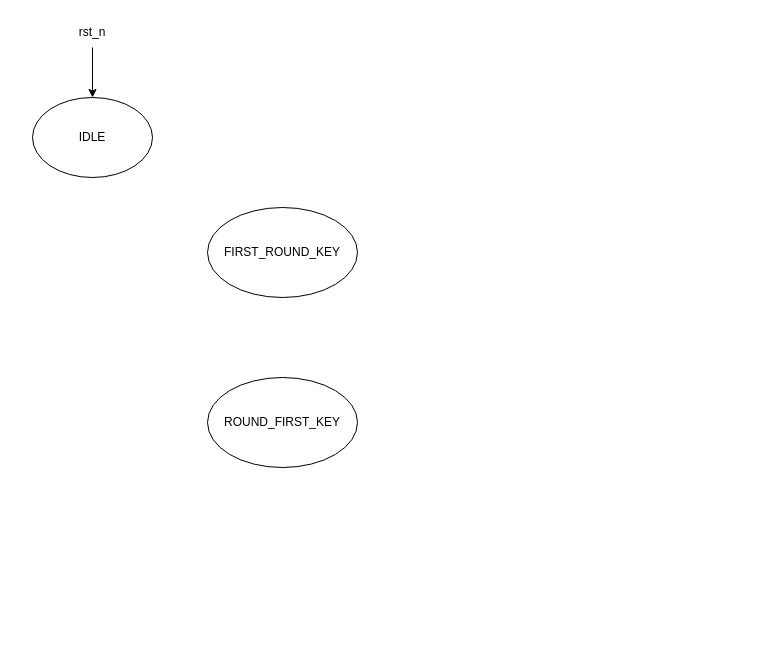
Earlier version of the draw.io diagram diagram/drawio/AESKeyExpansionCU-FSM.drawio (LQLManZz/AES128-Verilog). Source tidied: cells renumbered, new cells numbered last; positions are measured from the earlier drawing's top-left corner, leaving out a move shared by most shapes. Both pictures are drawn from the tidied source at 100%, with x=0, y=0 at pixel (32, 17).
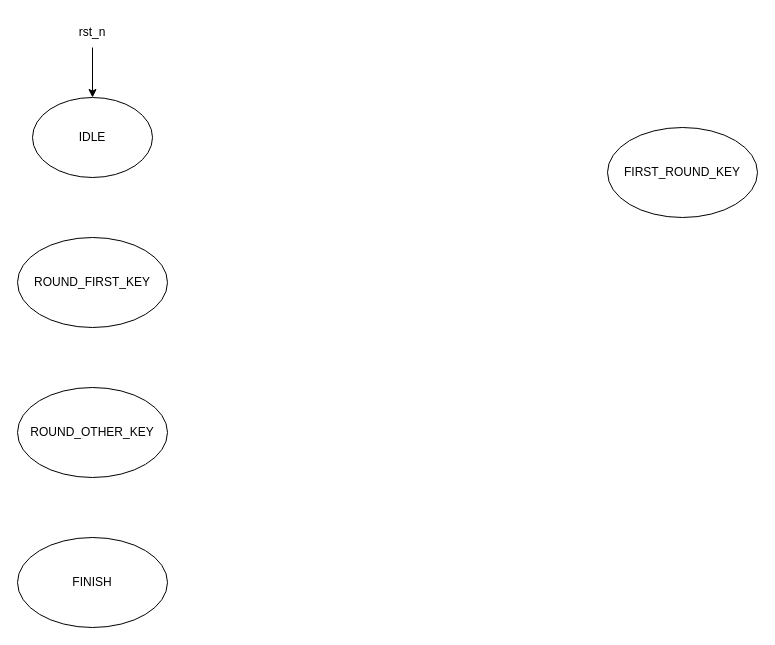
The same diagram, later.

Diff of the diagram source:
```diff
@@
 <mxGraphModel>
   <root>
     <mxCell id="0" />
     <mxCell id="1" parent="0" />
     <mxCell id="2" value="IDLE" style="ellipse;whiteSpace=wrap;html=1;" parent="1" vertex="1">
       <mxGeometry y="80" width="120" height="80" as="geometry" />
     </mxCell>
     <mxCell id="3" style="edgeStyle=orthogonalEdgeStyle;rounded=0;jettySize=auto;html=1;exitX=0.5;exitY=1;exitDx=0;exitDy=0;entryX=0.5;entryY=0;entryDx=0;entryDy=0;" parent="1" edge="1" source="4" target="2">
       <mxGeometry relative="1" as="geometry" />
     </mxCell>
     <mxCell id="4" value="rst_n" style="text;html=1;whiteSpace=wrap;strokeColor=none;fillColor=none;align=center;verticalAlign=middle;rounded=0;" parent="1" vertex="1">
       <mxGeometry x="30" width="60" height="30" as="geometry" />
     </mxCell>
     <mxCell id="5" value="FIRST_ROUND_KEY" style="ellipse;whiteSpace=wrap;html=1;" parent="1" vertex="1">
-      <mxGeometry x="175" y="190" width="150" height="90" as="geometry" />
+      <mxGeometry x="575" y="110" width="150" height="90" as="geometry" />
     </mxCell>
     <mxCell id="6" value="ROUND_FIRST_KEY" style="ellipse;whiteSpace=wrap;html=1;" parent="1" vertex="1">
-      <mxGeometry x="175" y="360" width="150" height="90" as="geometry" />
+      <mxGeometry x="-15" y="220" width="150" height="90" as="geometry" />
     </mxCell>
+    <mxCell id="7" value="FINISH" style="ellipse;whiteSpace=wrap;html=1;" parent="1" vertex="1">
+      <mxGeometry x="-15" y="520" width="150" height="90" as="geometry" />
+    </mxCell>
+    <mxCell id="8" value="ROUND_OTHER_KEY" style="ellipse;whiteSpace=wrap;html=1;" parent="1" vertex="1">
+      <mxGeometry x="-15" y="370" width="150" height="90" as="geometry" />
+    </mxCell>
   </root>
 </mxGraphModel>
```
